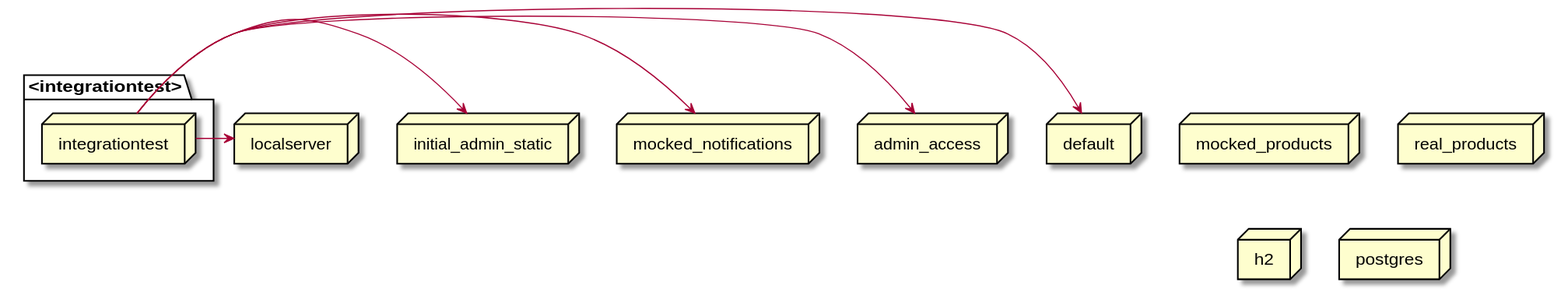
The PlantUML diagram docs/latest/images/gen_springprofiles-integrationtest.svg in mercedes-benz/sechub, before a commit.
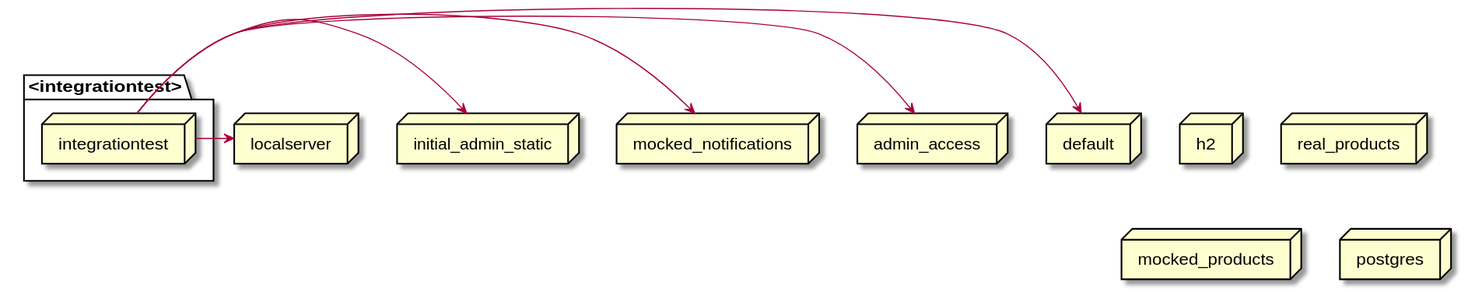
The same diagram one commit later.

Diff of the diagram source:
```diff
@@ -1,16 +1,16 @@
 @startuml
-node admin_access
+node h2
 node localserver
-node mocked_products
-node real_products
-node default
 package <integrationtest>{
    node integrationtest
 }
-node h2
+node real_products
+node admin_access
+node mocked_products
+node default
+node postgres
+node initial_admin_static
 node mocked_notifications
-node initial_admin_static
-node postgres
 integrationtest -> localserver
 integrationtest -> initial_admin_static
 integrationtest -> mocked_notifications
```
